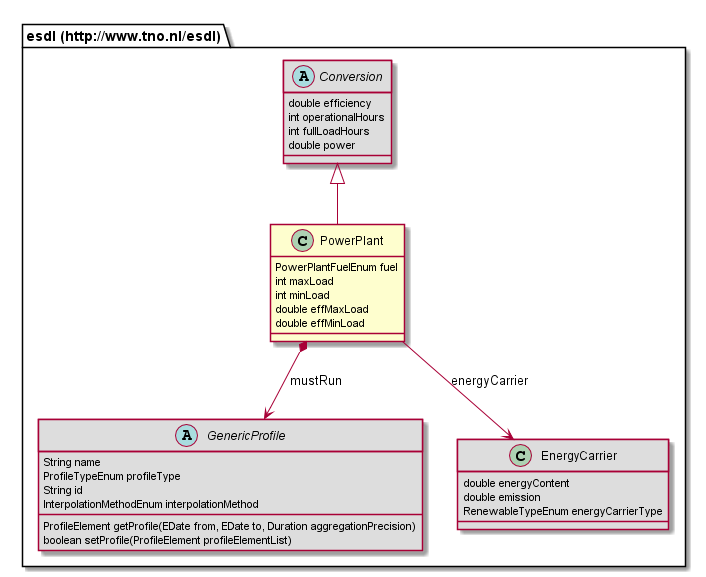
Earlier version of the PlantUML export 687474703a2f2f7777772e746e6f2e6e6c2f6573646c/PowerPlant.png (EnergyTransition/energytransition.github.io).
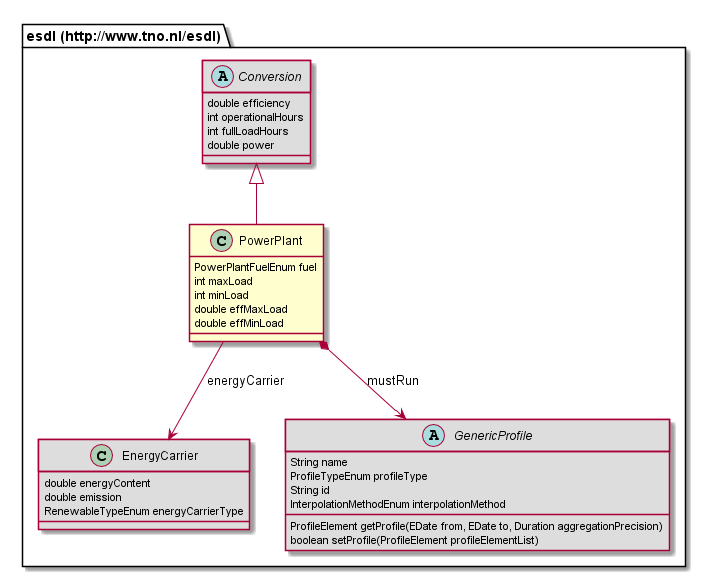
The same diagram one commit later.

The edit, as a diff of the source:
```diff
@@ -5,6 +5,11 @@
 	int minLoad
 	double effMaxLoad
 	double effMinLoad
+}
+class "esdl (http://www.tno.nl/esdl).EnergyCarrier" [[#router/doc-content/687474703a2f2f7777772e746e6f2e6e6c2f6573646c/EnergyCarrier.html{Defines a carrier of energy with its emission and energy content properties}]] #DDDDDD {
+	double energyContent
+	double emission
+	RenewableTypeEnum energyCarrierType
 }
 abstract class "esdl (http://www.tno.nl/esdl).Conversion" [[#router/doc-content/687474703a2f2f7777772e746e6f2e6e6c2f6573646c/Conversion.html{An abstract class that describes EnergyAssets that can convert one energy carrier into another. }]] #DDDDDD {
 	double efficiency
@@ -20,11 +25,6 @@
 	ProfileElement getProfile(EDate from, EDate to, Duration aggregationPrecision)
 	boolean setProfile(ProfileElement profileElementList)
 }
-class "esdl (http://www.tno.nl/esdl).EnergyCarrier" [[#router/doc-content/687474703a2f2f7777772e746e6f2e6e6c2f6573646c/EnergyCarrier.html{Defines a carrier of energy with its emission and energy content properties}]] #DDDDDD {
-	double energyContent
-	double emission
-	RenewableTypeEnum energyCarrierType
-}
 "esdl (http://www.tno.nl/esdl).Conversion" <|-- "esdl (http://www.tno.nl/esdl).PowerPlant"
 "esdl (http://www.tno.nl/esdl).PowerPlant" --> "esdl (http://www.tno.nl/esdl).EnergyCarrier" : energyCarrier
 "esdl (http://www.tno.nl/esdl).PowerPlant" *--> "esdl (http://www.tno.nl/esdl).GenericProfile" : mustRun
```
